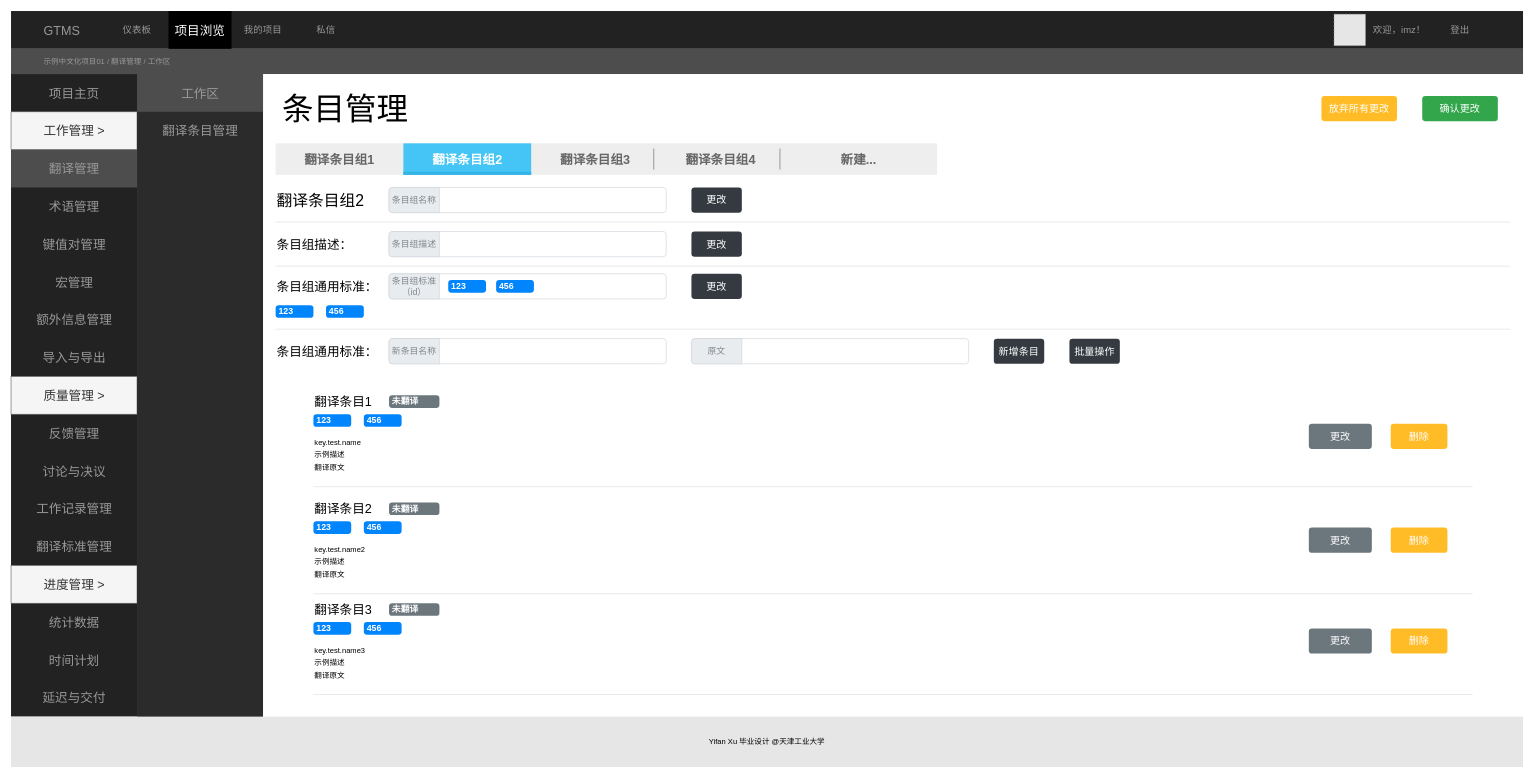
Before: 条目管理界面.drawio in icemeowzhi/bach_final_diags, a draw.io diagram. Source tidied: cells renumbered, new cells numbered last; positions are measured from the earlier drawing's top-left corner, leaving out a move shared by most shapes. Both pictures are drawn from the tidied source at 63%, with x=0, y=0 at pixel (11, 11). Pictures stored in the file or linked from it are replaced by grey dashed boxes.
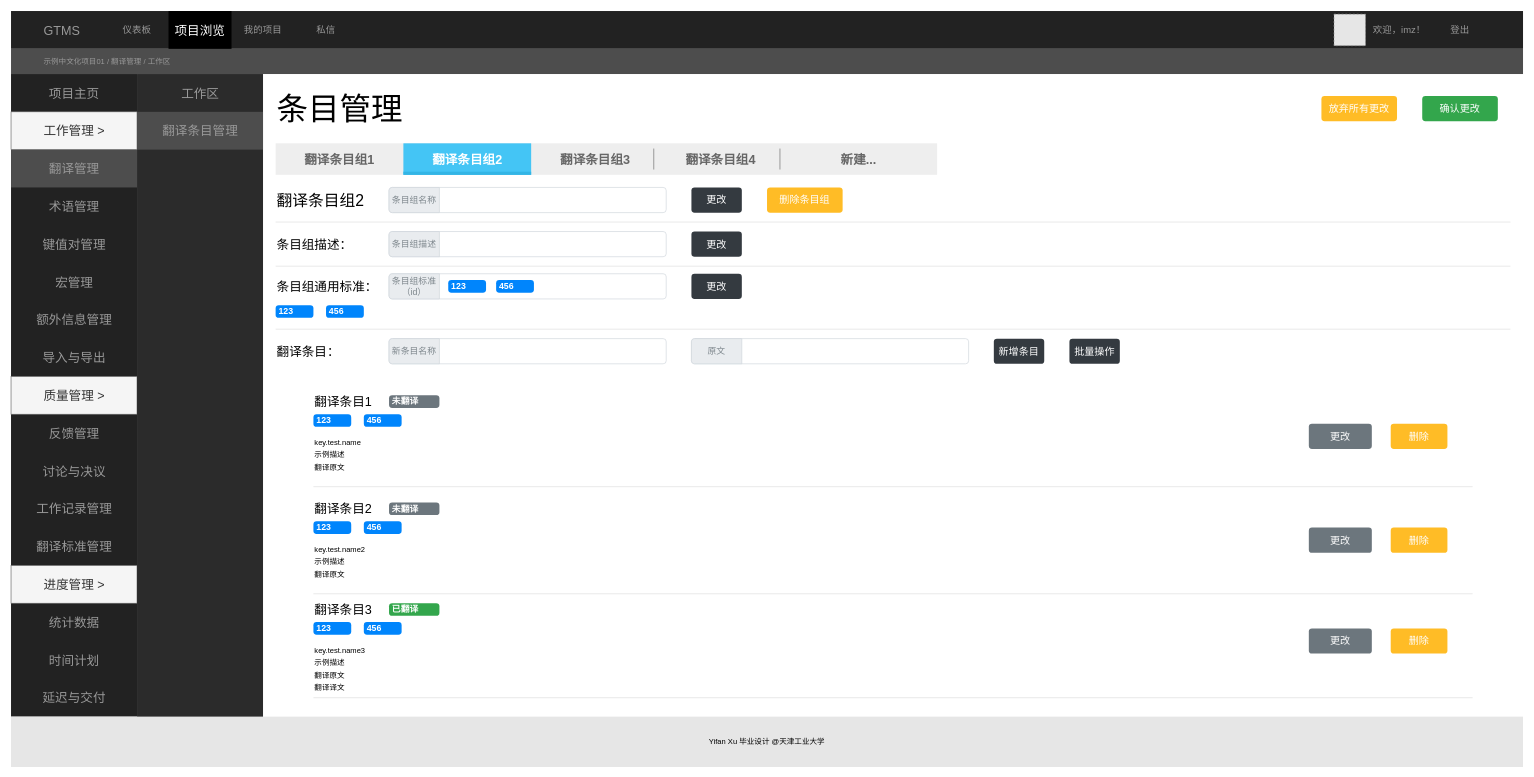
Above is the later version.

Commit message:
更新条目管理界面.drawio

Diff of the diagram source:
```diff
@@
-    <mxCell id="33" value="工作区" style="html=1;shadow=0;dashed=0;fillColor=#4D4D4D;strokeColor=none;shape=mxgraph.bootstrap.rect;fontColor=#999999;fontSize=20;" parent="1" vertex="1">
+    <mxCell id="33" value="工作区" style="html=1;shadow=0;dashed=0;fillColor=none;strokeColor=none;shape=mxgraph.bootstrap.rect;fontColor=#999999;fontSize=20;" parent="1" vertex="1">
       <mxGeometry x="200" y="100" width="200" height="60" as="geometry" />
     </mxCell>
-    <mxCell id="34" value="翻译条目管理" style="html=1;shadow=0;dashed=0;fillColor=none;strokeColor=none;shape=mxgraph.bootstrap.rect;fontColor=#999999;fontSize=20;" parent="1" vertex="1">
+    <mxCell id="34" value="翻译条目管理" style="html=1;shadow=0;dashed=0;fillColor=#4D4D4D;strokeColor=none;shape=mxgraph.bootstrap.rect;fontColor=#999999;fontSize=20;" parent="1" vertex="1">
       <mxGeometry x="200" y="160" width="200" height="60" as="geometry" />
     </mxCell>
-    <mxCell id="35" value="条目管理" style="text;html=1;align=center;verticalAlign=middle;strokeColor=none;fillColor=none;fontSize=50;" parent="1" vertex="1">
+    <mxCell id="35" value="条目管理" style="text;html=1;align=left;verticalAlign=middle;strokeColor=none;fillColor=none;fontSize=50;" parent="1" vertex="1">
       <mxGeometry x="420" y="120" width="220" height="70" as="geometry" />
     </mxCell>
@@
-    <mxCell id="63" value="条目组通用标准：" style="text;html=1;align=left;verticalAlign=middle;strokeColor=none;fillColor=none;fontSize=20;" parent="1" vertex="1">
-      <mxGeometry x="420" y="520" width="180" height="40" as="geometry" />
+    <mxCell id="63" value="翻译条目：" style="text;html=1;align=left;verticalAlign=middle;strokeColor=none;fillColor=none;fontSize=20;" parent="1" vertex="1">
+      <mxGeometry x="420" y="520" width="120" height="40" as="geometry" />
     </mxCell>
@@
-    <mxCell id="92" value="未翻译" style="html=1;shadow=0;dashed=0;shape=mxgraph.bootstrap.rrect;rSize=5;strokeColor=none;strokeWidth=1;fillColor=#6C767D;fontColor=#FFFFFF;whiteSpace=wrap;align=left;verticalAlign=middle;spacingLeft=0;fontStyle=1;fontSize=14;spacing=5;" parent="1" vertex="1">
-      <mxGeometry x="600" y="940" width="80" height="20" as="geometry" />
-    </mxCell>
@@
     <mxCell id="94" style="shape=line;strokeColor=#dddddd;" parent="1" vertex="1">
-      <mxGeometry x="480" y="1080" width="1840" height="10" as="geometry" />
+      <mxGeometry x="480" y="1085" width="1840" height="10" as="geometry" />
     </mxCell>
@@
+    <mxCell id="103" value="翻译译文" style="text;html=1;align=left;verticalAlign=middle;strokeColor=none;fillColor=none;" parent="1" vertex="1">
+      <mxGeometry x="480" y="1060" width="70" height="30" as="geometry" />
+    </mxCell>
+    <mxCell id="104" value="已翻译" style="html=1;shadow=0;dashed=0;shape=mxgraph.bootstrap.rrect;rSize=5;strokeColor=none;strokeWidth=1;fillColor=#33A64C;fontColor=#FFFFFF;whiteSpace=wrap;align=left;verticalAlign=middle;spacingLeft=0;fontStyle=1;fontSize=14;spacing=5;" parent="1" vertex="1">
+      <mxGeometry x="600" y="940" width="80" height="20" as="geometry" />
+    </mxCell>
+    <mxCell id="105" value="删除条目组" style="html=1;shadow=0;dashed=0;shape=mxgraph.bootstrap.rrect;rSize=5;strokeColor=none;strokeWidth=1;fillColor=#FFBC26;fontColor=#FFFFFF;whiteSpace=wrap;align=center;verticalAlign=middle;spacingLeft=0;fontStyle=0;fontSize=16;spacing=5;" parent="1" vertex="1">
+      <mxGeometry x="1200" y="280" width="120" height="40" as="geometry" />
+    </mxCell>
```
